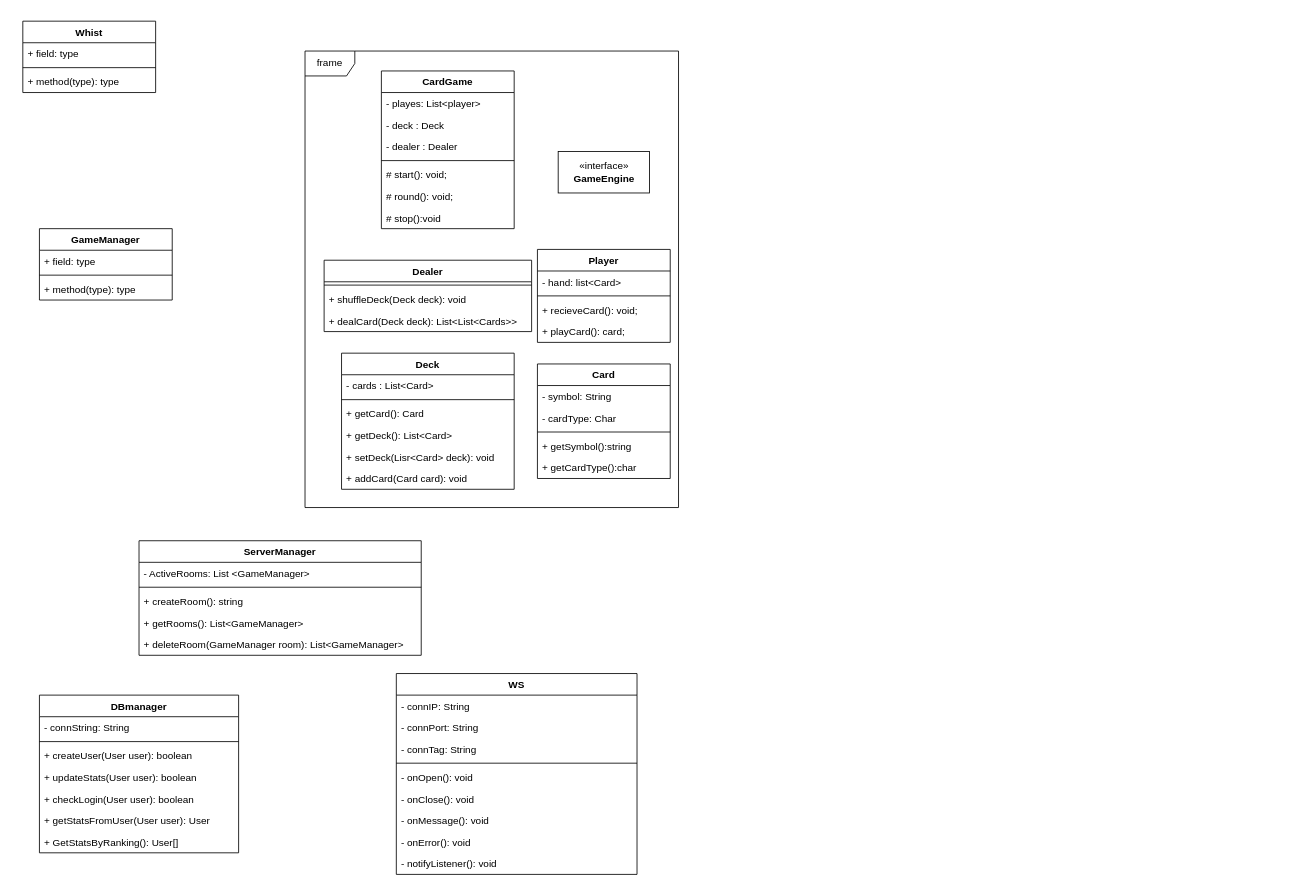
Earlier version of the draw.io diagram Dokumentation/KlasseDiagram.drawio (MarcusBou/KortKlubben). Source tidied: cells renumbered, new cells numbered last; positions are measured from the earlier drawing's top-left corner, leaving out a move shared by most shapes. Both pictures are drawn from the tidied source at 83%, with x=0, y=0 at pixel (22, 21).
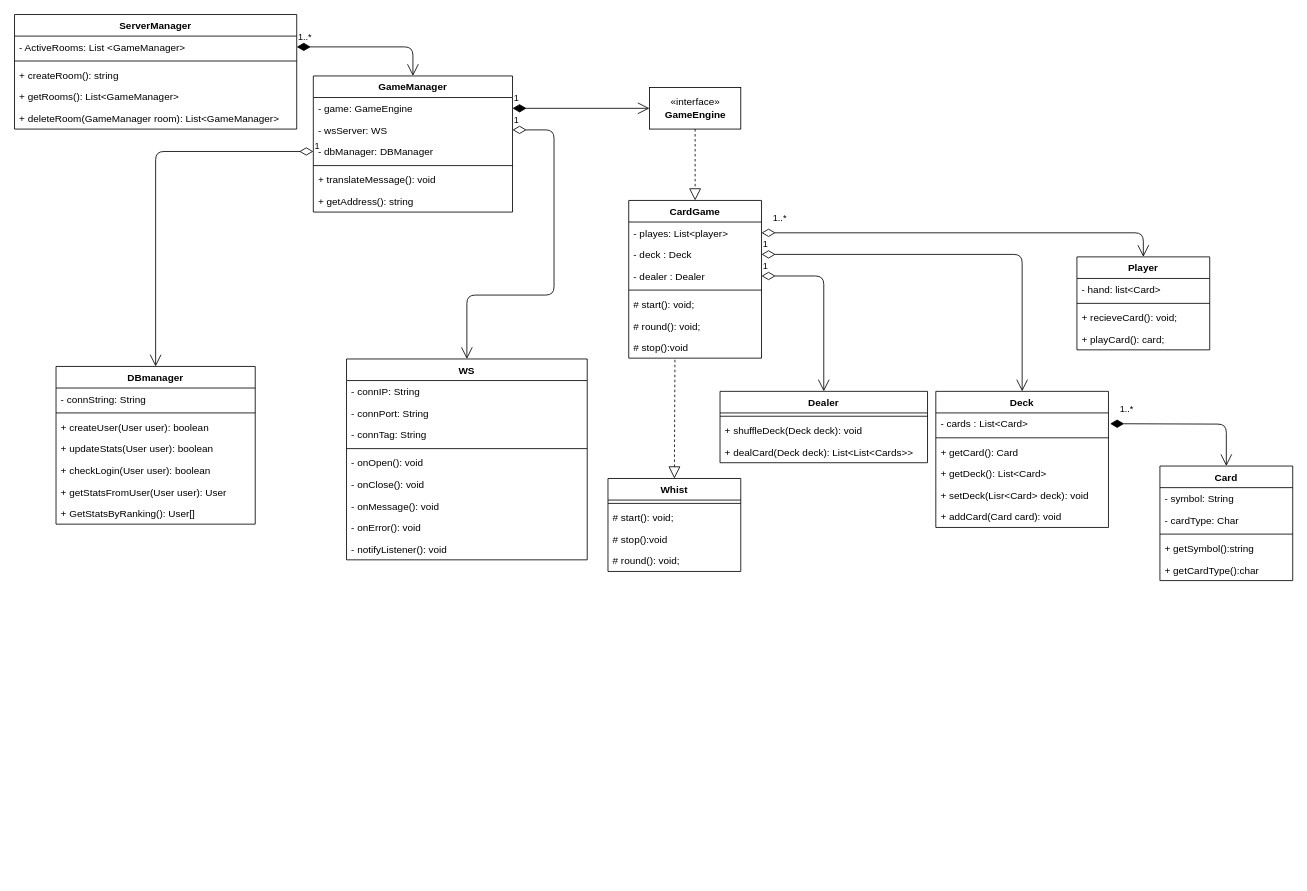
After the change.

Unchanged cells that the change refers to:
```xml
<mxCell id="9" value="- playes: List&lt;player&gt;" style="text;strokeColor=none;fillColor=none;align=left;verticalAlign=top;spacingLeft=4;spacingRight=4;overflow=hidden;points=[[0,0.5],[1,0.5]];portConstraint=eastwest;" parent="8" vertex="1">
  <mxGeometry y="26" width="160" height="26" as="geometry" />
</mxCell>
<mxCell id="10" value="- deck : Deck" style="text;strokeColor=none;fillColor=none;align=left;verticalAlign=top;spacingLeft=4;spacingRight=4;overflow=hidden;points=[[0,0.5],[1,0.5]];portConstraint=eastwest;" parent="8" vertex="1">
  <mxGeometry y="52" width="160" height="26" as="geometry" />
</mxCell>
<mxCell id="11" value="- dealer : Dealer" style="text;strokeColor=none;fillColor=none;align=left;verticalAlign=top;spacingLeft=4;spacingRight=4;overflow=hidden;points=[[0,0.5],[1,0.5]];portConstraint=eastwest;" parent="8" vertex="1">
  <mxGeometry y="78" width="160" height="26" as="geometry" />
</mxCell>
<mxCell id="15" value="# stop():void" style="text;strokeColor=none;fillColor=none;align=left;verticalAlign=top;spacingLeft=4;spacingRight=4;overflow=hidden;points=[[0,0.5],[1,0.5]];portConstraint=eastwest;" parent="8" vertex="1">
  <mxGeometry y="164" width="160" height="26" as="geometry" />
</mxCell>
<mxCell id="53" value="- ActiveRooms: List &lt;GameManager&gt;" style="text;strokeColor=none;fillColor=none;align=left;verticalAlign=top;spacingLeft=4;spacingRight=4;overflow=hidden;points=[[0,0.5],[1,0.5]];portConstraint=eastwest;" parent="52" vertex="1">
  <mxGeometry y="26" width="340" height="26" as="geometry" />
</mxCell>
```

Diff of the diagram source:
```diff
@@
-    <mxCell id="2" value="frame" style="shape=umlFrame;whiteSpace=wrap;html=1;" parent="1" vertex="1">
-      <mxGeometry x="340" y="36" width="450" height="550" as="geometry" />
-    </mxCell>
     <mxCell id="3" value="Player" style="swimlane;fontStyle=1;align=center;verticalAlign=top;horizontal=1;startSize=26;" parent="1" vertex="1">
-      <mxGeometry x="620" y="275" width="160" height="112" as="geometry" />
+      <mxGeometry x="1270" y="284" width="160" height="112" as="geometry" />
     </mxCell>
@@
     <mxCell id="8" value="CardGame" style="swimlane;fontStyle=1;align=center;verticalAlign=top;horizontal=1;startSize=26;" parent="1" vertex="1">
-      <mxGeometry x="432" y="60" width="160" height="190" as="geometry" />
+      <mxGeometry x="730" y="216" width="160" height="190" as="geometry" />
     </mxCell>
@@
     <mxCell id="16" value="Card" style="swimlane;fontStyle=1;align=center;verticalAlign=top;horizontal=1;startSize=26;" parent="1" vertex="1">
-      <mxGeometry x="620" y="413" width="160" height="138" as="geometry" />
+      <mxGeometry x="1370" y="536" width="160" height="138" as="geometry" />
     </mxCell>
@@
     <mxCell id="22" value="Dealer" style="swimlane;fontStyle=1;align=center;verticalAlign=top;horizontal=1;startSize=26;" parent="1" vertex="1">
-      <mxGeometry x="363" y="288" width="250" height="86" as="geometry" />
+      <mxGeometry x="840" y="446" width="250" height="86" as="geometry" />
     </mxCell>
@@
     <mxCell id="26" value="Deck" style="swimlane;fontStyle=1;align=center;verticalAlign=top;horizontal=1;startSize=26;" parent="1" vertex="1">
-      <mxGeometry x="384" y="400" width="208" height="164" as="geometry" />
+      <mxGeometry x="1100" y="446" width="208" height="164" as="geometry" />
     </mxCell>
@@
     <mxCell id="33" value="Whist" style="swimlane;fontStyle=1;align=center;verticalAlign=top;horizontal=1;startSize=26;" parent="1" vertex="1">
-      <mxGeometry width="160" height="86" as="geometry" />
+      <mxGeometry x="705" y="551" width="160" height="112" as="geometry" />
     </mxCell>
-    <mxCell id="34" value="+ field: type" style="text;strokeColor=none;fillColor=none;align=left;verticalAlign=top;spacingLeft=4;spacingRight=4;overflow=hidden;" parent="33" vertex="1">
-      <mxGeometry y="26" width="160" height="26" as="geometry" />
-    </mxCell>
     <mxCell id="35" style="line;strokeWidth=1;fillColor=none;align=left;verticalAlign=middle;spacingTop=-1;spacingLeft=3;spacingRight=3;labelPosition=right;" parent="33" vertex="1">
-      <mxGeometry y="52" width="160" height="8" as="geometry" />
+      <mxGeometry y="26" width="160" height="8" as="geometry" />
     </mxCell>
-    <mxCell id="36" value="+ method(type): type" style="text;strokeColor=none;fillColor=none;align=left;verticalAlign=top;spacingLeft=4;spacingRight=4;overflow=hidden;" parent="33" vertex="1">
-      <mxGeometry y="60" width="160" height="26" as="geometry" />
-    </mxCell>
+    <mxCell id="66" value="# start(): void;" style="text;strokeColor=none;fillColor=none;align=left;verticalAlign=top;spacingLeft=4;spacingRight=4;overflow=hidden;" parent="33" vertex="1">
+      <mxGeometry y="34" width="160" height="26" as="geometry" />
+    </mxCell>
+    <mxCell id="67" value="# stop():void" style="text;strokeColor=none;fillColor=none;align=left;verticalAlign=top;spacingLeft=4;spacingRight=4;overflow=hidden;" parent="33" vertex="1">
+      <mxGeometry y="60" width="160" height="26" as="geometry" />
+    </mxCell>
+    <mxCell id="68" value="# round(): void;" style="text;strokeColor=none;fillColor=none;align=left;verticalAlign=top;spacingLeft=4;spacingRight=4;overflow=hidden;" parent="33" vertex="1">
+      <mxGeometry y="86" width="160" height="26" as="geometry" />
+    </mxCell>
     <mxCell id="37" value="«interface»&lt;br&gt;&lt;b&gt;GameEngine&lt;/b&gt;" style="html=1;" parent="1" vertex="1">
-      <mxGeometry x="645" y="157" width="110" height="50" as="geometry" />
+      <mxGeometry x="755" y="80" width="110" height="50" as="geometry" />
     </mxCell>
     <mxCell id="38" value="GameManager" style="swimlane;fontStyle=1;align=center;verticalAlign=top;horizontal=1;startSize=26;" parent="1" vertex="1">
-      <mxGeometry x="20" y="250" width="160" height="86" as="geometry" />
+      <mxGeometry x="350" y="66" width="240" height="164" as="geometry" />
     </mxCell>
+    <mxCell id="69" value="- game: GameEngine" style="text;strokeColor=none;fillColor=none;align=left;verticalAlign=top;spacingLeft=4;spacingRight=4;overflow=hidden;points=[[0,0.5],[1,0.5]];portConstraint=eastwest;" parent="38" vertex="1">
+      <mxGeometry y="26" width="240" height="26" as="geometry" />
+    </mxCell>
+    <mxCell id="70" value="- wsServer: WS" style="text;strokeColor=none;fillColor=none;align=left;verticalAlign=top;spacingLeft=4;spacingRight=4;overflow=hidden;points=[[0,0.5],[1,0.5]];portConstraint=eastwest;" parent="38" vertex="1">
+      <mxGeometry y="52" width="240" height="26" as="geometry" />
+    </mxCell>
-    <mxCell id="39" value="+ field: type" style="text;strokeColor=none;fillColor=none;align=left;verticalAlign=top;spacingLeft=4;spacingRight=4;overflow=hidden;points=[[0,0.5],[1,0.5]];portConstraint=eastwest;" parent="38" vertex="1">
-      <mxGeometry y="26" width="160" height="26" as="geometry" />
+    <mxCell id="39" value="- dbManager: DBManager" style="text;strokeColor=none;fillColor=none;align=left;verticalAlign=top;spacingLeft=4;spacingRight=4;overflow=hidden;points=[[0,0.5],[1,0.5]];portConstraint=eastwest;" parent="38" vertex="1">
+      <mxGeometry y="78" width="240" height="26" as="geometry" />
     </mxCell>
     <mxCell id="40" style="line;strokeWidth=1;fillColor=none;align=left;verticalAlign=middle;spacingTop=-1;spacingLeft=3;spacingRight=3;labelPosition=right;" parent="38" vertex="1">
-      <mxGeometry y="52" width="160" height="8" as="geometry" />
+      <mxGeometry y="104" width="240" height="8" as="geometry" />
     </mxCell>
-    <mxCell id="41" value="+ method(type): type" style="text;strokeColor=none;fillColor=none;align=left;verticalAlign=top;spacingLeft=4;spacingRight=4;overflow=hidden;" parent="38" vertex="1">
-      <mxGeometry y="60" width="160" height="26" as="geometry" />
+    <mxCell id="41" value="+ translateMessage(): void" style="text;strokeColor=none;fillColor=none;align=left;verticalAlign=top;spacingLeft=4;spacingRight=4;overflow=hidden;" parent="38" vertex="1">
+      <mxGeometry y="112" width="240" height="26" as="geometry" />
     </mxCell>
+    <mxCell id="71" value="+ getAddress(): string" style="text;strokeColor=none;fillColor=none;align=left;verticalAlign=top;spacingLeft=4;spacingRight=4;overflow=hidden;" parent="38" vertex="1">
+      <mxGeometry y="138" width="240" height="26" as="geometry" />
+    </mxCell>
     <mxCell id="42" value="WS" style="swimlane;fontStyle=1;align=center;verticalAlign=top;horizontal=1;startSize=26;" parent="1" vertex="1">
-      <mxGeometry x="450" y="786" width="290" height="242" as="geometry" />
+      <mxGeometry x="390" y="407" width="290" height="242" as="geometry" />
     </mxCell>
@@
     <mxCell id="52" value="ServerManager" style="swimlane;fontStyle=1;align=center;verticalAlign=top;horizontal=1;startSize=26;" parent="1" vertex="1">
-      <mxGeometry x="140" y="626" width="340" height="138" as="geometry" />
+      <mxGeometry x="-10" y="-8" width="340" height="138" as="geometry" />
     </mxCell>
@@
     <mxCell id="58" value="DBmanager" style="swimlane;fontStyle=1;align=center;verticalAlign=top;horizontal=1;startSize=26;" parent="1" vertex="1">
-      <mxGeometry x="20" y="812" width="240" height="190" as="geometry" />
+      <mxGeometry x="40" y="416" width="240" height="190" as="geometry" />
     </mxCell>
@@
+    <mxCell id="72" value="1..*" style="endArrow=open;html=1;endSize=12;startArrow=diamondThin;startSize=14;startFill=0;edgeStyle=orthogonalEdgeStyle;align=left;verticalAlign=bottom;exitX=1;exitY=0.5;exitDx=0;exitDy=0;entryX=0.5;entryY=0;entryDx=0;entryDy=0;" parent="1" edge="1" source="9" target="3">
+      <mxGeometry x="-0.95" y="9" relative="1" as="geometry" />
+    </mxCell>
+    <mxCell id="73" value="1..*" style="endArrow=open;html=1;endSize=12;startArrow=diamondThin;startSize=14;startFill=1;edgeStyle=orthogonalEdgeStyle;align=left;verticalAlign=bottom;entryX=0.5;entryY=0;entryDx=0;entryDy=0;" parent="1" edge="1" target="16">
+      <mxGeometry x="-0.9" y="9" relative="1" as="geometry">
+        <mxPoint x="1310" y="485" as="sourcePoint" />
+      </mxGeometry>
+    </mxCell>
+    <mxCell id="74" value="1" style="endArrow=open;html=1;endSize=12;startArrow=diamondThin;startSize=14;startFill=0;edgeStyle=orthogonalEdgeStyle;align=left;verticalAlign=bottom;exitX=1;exitY=0.5;exitDx=0;exitDy=0;entryX=0.5;entryY=0;entryDx=0;entryDy=0;" parent="1" edge="1" source="11" target="22">
+      <mxGeometry x="-1" y="3" relative="1" as="geometry">
+        <Array as="points">
+          <mxPoint x="965" y="307" />
+        </Array>
+      </mxGeometry>
+    </mxCell>
+    <mxCell id="75" value="1" style="endArrow=open;html=1;endSize=12;startArrow=diamondThin;startSize=14;startFill=0;edgeStyle=orthogonalEdgeStyle;align=left;verticalAlign=bottom;exitX=1;exitY=0.5;exitDx=0;exitDy=0;entryX=0.5;entryY=0;entryDx=0;entryDy=0;" parent="1" edge="1" source="10" target="26">
+      <mxGeometry x="-1" y="3" relative="1" as="geometry" />
+    </mxCell>
+    <mxCell id="76" style="endArrow=block;dashed=1;endFill=0;endSize=12;html=1;exitX=0.5;exitY=1;exitDx=0;exitDy=0;entryX=0.5;entryY=0;entryDx=0;entryDy=0;" parent="1" edge="1" source="37" target="8">
+      <mxGeometry relative="1" as="geometry" />
+    </mxCell>
+    <mxCell id="77" style="endArrow=block;dashed=1;endFill=0;endSize=12;html=1;exitX=0.348;exitY=1.077;exitDx=0;exitDy=0;exitPerimeter=0;entryX=0.5;entryY=0;entryDx=0;entryDy=0;" parent="1" edge="1" source="15" target="33">
+      <mxGeometry relative="1" as="geometry" />
+    </mxCell>
+    <mxCell id="78" value="1" style="endArrow=open;html=1;endSize=12;startArrow=diamondThin;startSize=14;startFill=1;edgeStyle=orthogonalEdgeStyle;align=left;verticalAlign=bottom;exitX=1;exitY=0.5;exitDx=0;exitDy=0;entryX=0;entryY=0.5;entryDx=0;entryDy=0;" parent="1" edge="1" source="69" target="37">
+      <mxGeometry x="-1" y="3" relative="1" as="geometry" />
+    </mxCell>
+    <mxCell id="79" value="1..*" style="endArrow=open;html=1;endSize=12;startArrow=diamondThin;startSize=14;startFill=1;edgeStyle=orthogonalEdgeStyle;align=left;verticalAlign=bottom;exitX=1;exitY=0.5;exitDx=0;exitDy=0;entryX=0.5;entryY=0;entryDx=0;entryDy=0;" parent="1" edge="1" source="53" target="38">
+      <mxGeometry x="-1" y="3" relative="1" as="geometry" />
+    </mxCell>
+    <mxCell id="80" value="1" style="endArrow=open;html=1;endSize=12;startArrow=diamondThin;startSize=14;startFill=0;edgeStyle=orthogonalEdgeStyle;align=left;verticalAlign=bottom;exitX=1;exitY=0.5;exitDx=0;exitDy=0;entryX=0.5;entryY=0;entryDx=0;entryDy=0;" parent="1" edge="1" source="70" target="42">
+      <mxGeometry x="-1" y="3" relative="1" as="geometry">
+        <Array as="points">
+          <mxPoint x="640" y="131" />
+          <mxPoint x="640" y="330" />
+          <mxPoint x="535" y="330" />
+        </Array>
+      </mxGeometry>
+    </mxCell>
+    <mxCell id="81" value="1" style="endArrow=open;html=1;endSize=12;startArrow=diamondThin;startSize=14;startFill=0;edgeStyle=orthogonalEdgeStyle;align=left;verticalAlign=bottom;exitX=0;exitY=0.5;exitDx=0;exitDy=0;entryX=0.5;entryY=0;entryDx=0;entryDy=0;" parent="1" edge="1" source="39" target="58">
+      <mxGeometry x="-1" y="3" relative="1" as="geometry" />
+    </mxCell>
```
